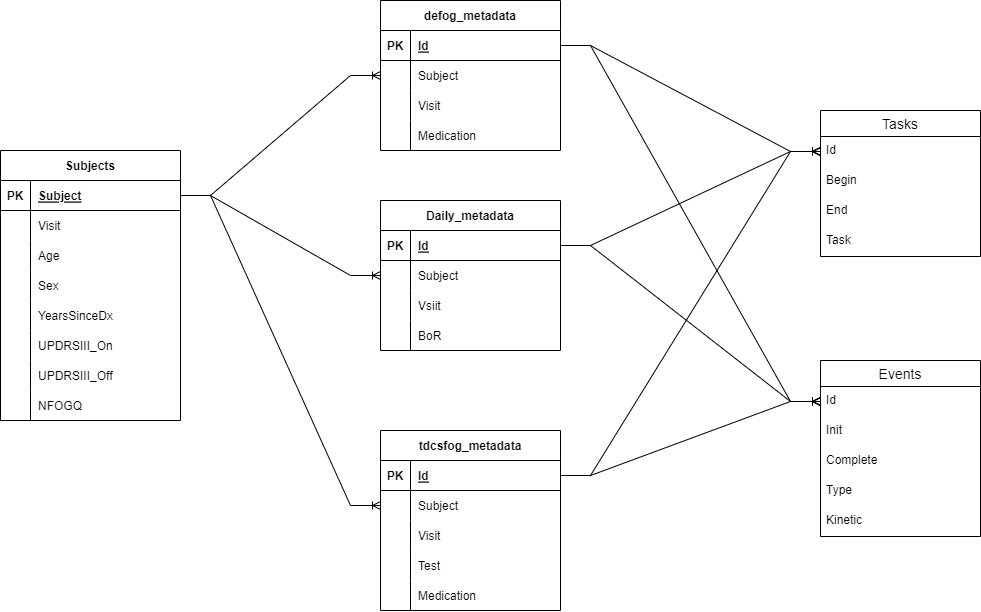
Graham-Broughton/Parkinson-gait keeps this draw.io diagram as data/Metadata-Entity-Diagram.png. Above is the earlier version. Source tidied: cells renumbered, new cells last; positions are measured from the earlier drawing's top-left corner, leaving out a move shared by most shapes.
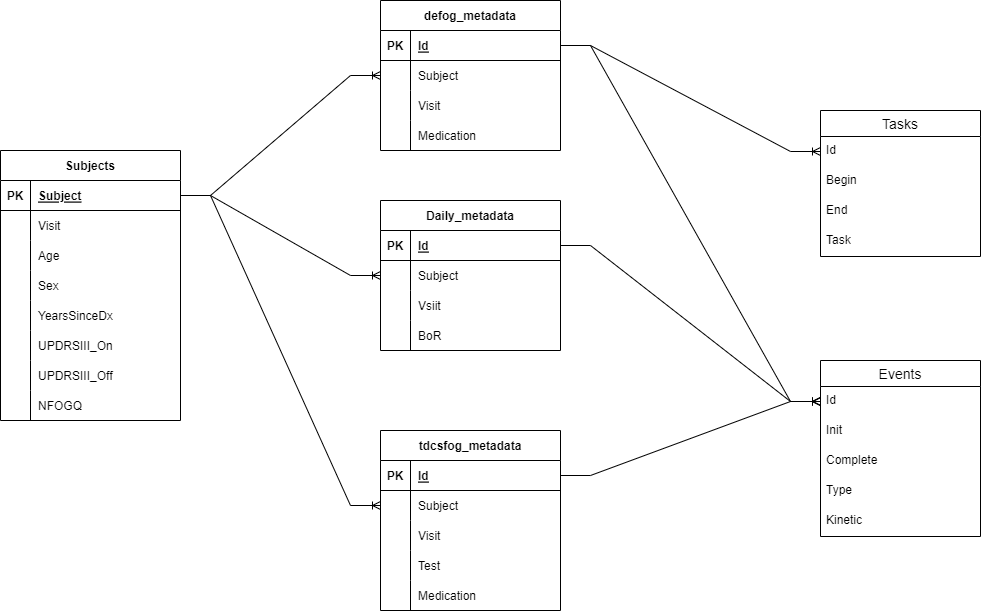
Later version of the same file.

Change to the diagram source:
```diff
@@ -257,17 +257,11 @@
     <mxCell id="86" style="edgeStyle=entityRelationEdgeStyle;fontSize=12;html=1;endArrow=ERoneToMany;rounded=0;entryX=0;entryY=0.5;entryDx=0;entryDy=0;exitX=1;exitY=0.5;exitDx=0;exitDy=0;" parent="1" edge="1" source="30" target="77">
       <mxGeometry relative="1" as="geometry" />
     </mxCell>
-    <mxCell id="87" style="edgeStyle=entityRelationEdgeStyle;fontSize=12;html=1;endArrow=ERoneToMany;rounded=0;entryX=0;entryY=0.5;entryDx=0;entryDy=0;exitX=1;exitY=0.5;exitDx=0;exitDy=0;" parent="1" edge="1" source="43" target="72">
-      <mxGeometry relative="1" as="geometry" />
-    </mxCell>
     <mxCell id="88" style="edgeStyle=entityRelationEdgeStyle;fontSize=12;html=1;endArrow=ERoneToMany;rounded=0;entryX=0;entryY=0.5;entryDx=0;entryDy=0;exitX=1;exitY=0.5;exitDx=0;exitDy=0;" parent="1" edge="1" source="43" target="77">
       <mxGeometry relative="1" as="geometry" />
     </mxCell>
     <mxCell id="89" style="edgeStyle=entityRelationEdgeStyle;fontSize=12;html=1;endArrow=ERoneToMany;rounded=0;entryX=0;entryY=0.5;entryDx=0;entryDy=0;exitX=1;exitY=0.5;exitDx=0;exitDy=0;" parent="1" edge="1" source="59" target="77">
       <mxGeometry relative="1" as="geometry" />
     </mxCell>
-    <mxCell id="90" style="edgeStyle=entityRelationEdgeStyle;fontSize=12;html=1;endArrow=ERoneToMany;rounded=0;entryX=0;entryY=0.5;entryDx=0;entryDy=0;exitX=1;exitY=0.5;exitDx=0;exitDy=0;" parent="1" edge="1" source="59" target="72">
-      <mxGeometry relative="1" as="geometry" />
-    </mxCell>
   </root>
 </mxGraphModel>
```
